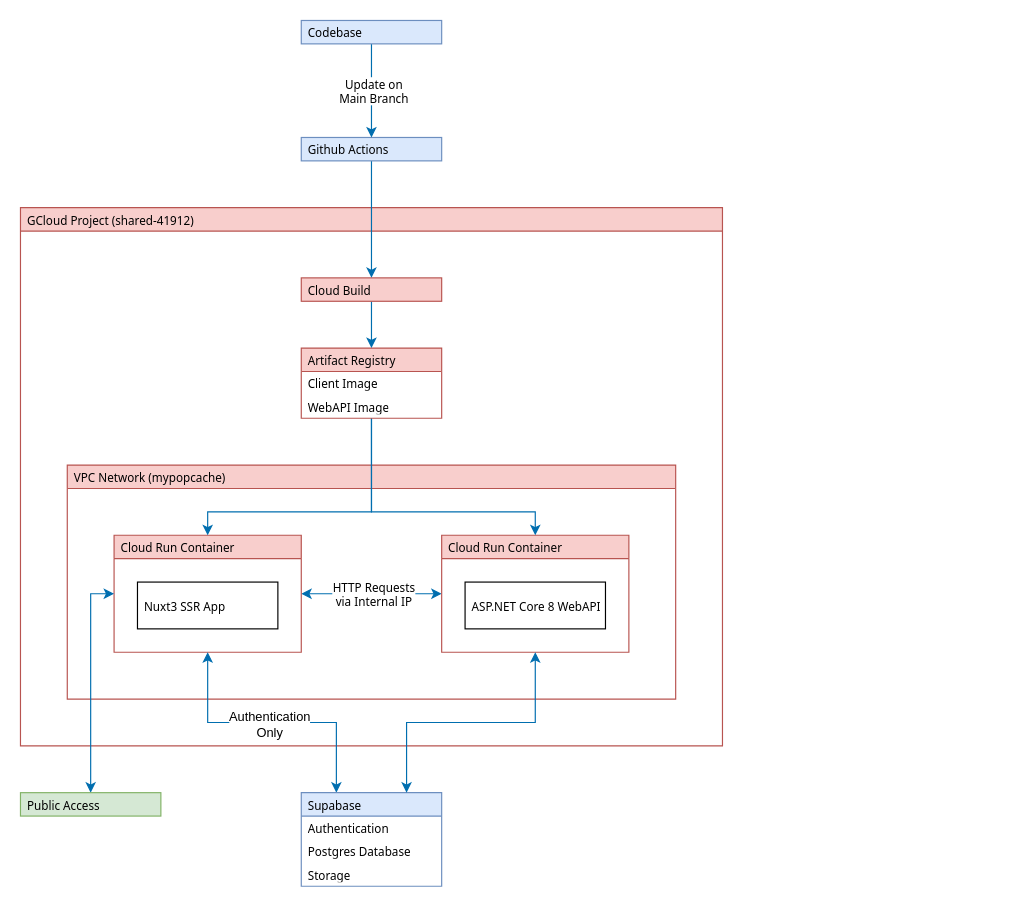
The draw.io diagram Infrastructure.drawio in hs-wolf/mypopcache, before the edit. Source tidied: cells renumbered, new cells numbered last; positions are measured from the earlier drawing's top-left corner, leaving out a move shared by most shapes. Both pictures are drawn from the tidied source at 117%, with x=0, y=0 at pixel (20, 20).
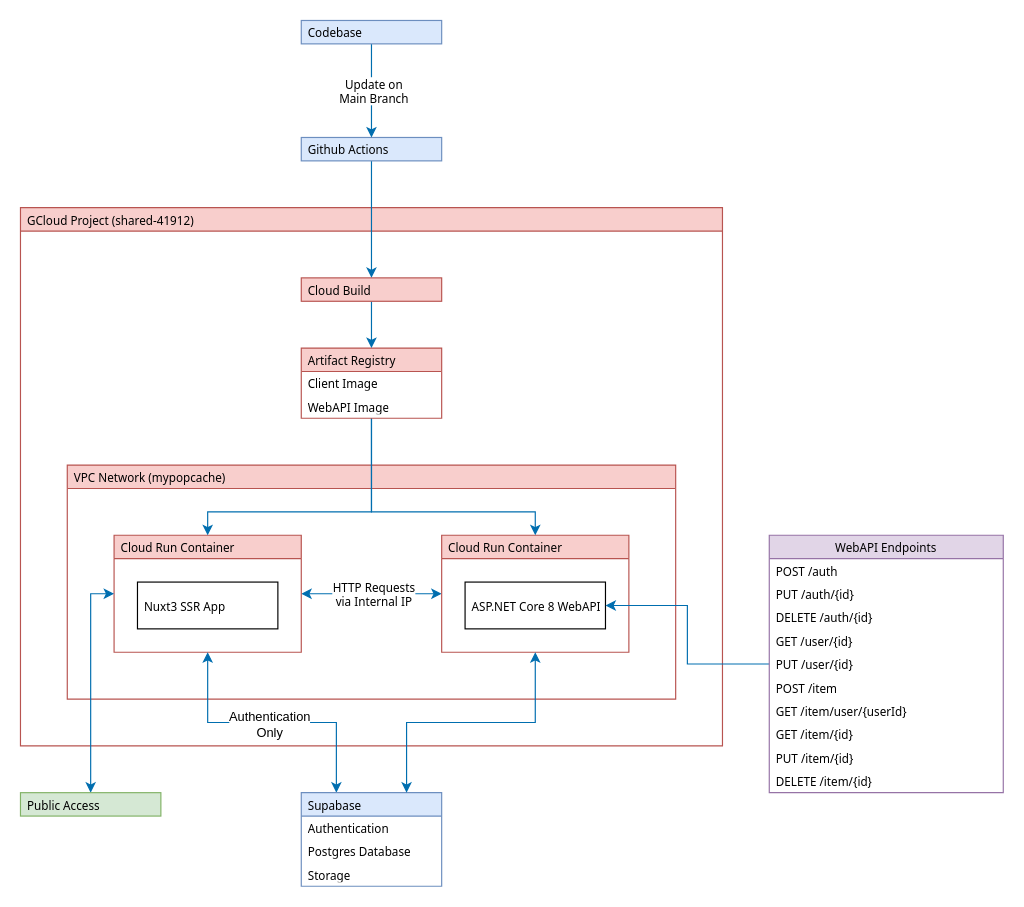
Above is the later version.

The change refers to these unchanged cells:
```xml
<mxCell id="8" value="ASP.NET Core 8 WebAPI" style="rounded=0;whiteSpace=wrap;html=1;fontSize=10;fontFamily=Tahoma;align=left;spacingLeft=4;" parent="7" vertex="1">
  <mxGeometry x="20" y="40" width="120" height="40" as="geometry" />
</mxCell>
```

The edit, as a diff of the source:
```diff
@@
+    <mxCell id="30" style="edgeStyle=orthogonalEdgeStyle;rounded=0;jettySize=auto;html=1;fillColor=#1ba1e2;strokeColor=#006EAF;" parent="1" edge="1" source="31" target="8">
+      <mxGeometry relative="1" as="geometry" />
+    </mxCell>
+    <mxCell id="31" value="WebAPI Endpoints" style="swimlane;fontStyle=0;horizontal=1;startSize=20;whiteSpace=wrap;html=1;fillColor=#e1d5e7;strokeColor=#9673a6;fontFamily=Tahoma;fontSize=10;" parent="1" vertex="1">
+      <mxGeometry x="640" y="440" width="200" height="220" as="geometry" />
+    </mxCell>
+    <mxCell id="32" value="POST /auth" style="text;strokeColor=none;fillColor=none;align=left;verticalAlign=middle;spacingLeft=4;spacingRight=4;overflow=hidden;whiteSpace=wrap;html=1;fontFamily=Tahoma;fontSize=10;" parent="31" vertex="1">
+      <mxGeometry y="20" width="200" height="20" as="geometry" />
+    </mxCell>
+    <mxCell id="33" value="PUT /auth/{id}" style="text;strokeColor=none;fillColor=none;align=left;verticalAlign=middle;spacingLeft=4;spacingRight=4;overflow=hidden;whiteSpace=wrap;html=1;fontFamily=Tahoma;fontSize=10;" parent="31" vertex="1">
+      <mxGeometry y="40" width="200" height="20" as="geometry" />
+    </mxCell>
+    <mxCell id="34" value="DELETE /auth/{id}" style="text;strokeColor=none;fillColor=none;align=left;verticalAlign=middle;spacingLeft=4;spacingRight=4;overflow=hidden;whiteSpace=wrap;html=1;fontFamily=Tahoma;fontSize=10;" parent="31" vertex="1">
+      <mxGeometry y="60" width="200" height="20" as="geometry" />
+    </mxCell>
+    <mxCell id="35" value="GET /user/{id}" style="text;strokeColor=none;fillColor=none;align=left;verticalAlign=middle;spacingLeft=4;spacingRight=4;overflow=hidden;whiteSpace=wrap;html=1;fontFamily=Tahoma;fontSize=10;" parent="31" vertex="1">
+      <mxGeometry y="80" width="200" height="20" as="geometry" />
+    </mxCell>
+    <mxCell id="36" value="PUT /user/{id}" style="text;strokeColor=none;fillColor=none;align=left;verticalAlign=middle;spacingLeft=4;spacingRight=4;overflow=hidden;whiteSpace=wrap;html=1;fontFamily=Tahoma;fontSize=10;" parent="31" vertex="1">
+      <mxGeometry y="100" width="200" height="20" as="geometry" />
+    </mxCell>
+    <mxCell id="37" value="POST /item" style="text;strokeColor=none;fillColor=none;align=left;verticalAlign=middle;spacingLeft=4;spacingRight=4;overflow=hidden;whiteSpace=wrap;html=1;fontFamily=Tahoma;fontSize=10;" parent="31" vertex="1">
+      <mxGeometry y="120" width="200" height="20" as="geometry" />
+    </mxCell>
+    <mxCell id="38" value="GET /item/user/{userId}" style="text;strokeColor=none;fillColor=none;align=left;verticalAlign=middle;spacingLeft=4;spacingRight=4;overflow=hidden;whiteSpace=wrap;html=1;fontFamily=Tahoma;fontSize=10;" parent="31" vertex="1">
+      <mxGeometry y="140" width="200" height="20" as="geometry" />
+    </mxCell>
+    <mxCell id="39" value="GET /item/{id}" style="text;strokeColor=none;fillColor=none;align=left;verticalAlign=middle;spacingLeft=4;spacingRight=4;overflow=hidden;whiteSpace=wrap;html=1;fontFamily=Tahoma;fontSize=10;" parent="31" vertex="1">
+      <mxGeometry y="160" width="200" height="20" as="geometry" />
+    </mxCell>
+    <mxCell id="40" value="PUT /item/{id}" style="text;strokeColor=none;fillColor=none;align=left;verticalAlign=middle;spacingLeft=4;spacingRight=4;overflow=hidden;whiteSpace=wrap;html=1;fontFamily=Tahoma;fontSize=10;" parent="31" vertex="1">
+      <mxGeometry y="180" width="200" height="20" as="geometry" />
+    </mxCell>
+    <mxCell id="41" value="DELETE /item/{id}" style="text;strokeColor=none;fillColor=none;align=left;verticalAlign=middle;spacingLeft=4;spacingRight=4;overflow=hidden;whiteSpace=wrap;html=1;fontFamily=Tahoma;fontSize=10;" parent="31" vertex="1">
+      <mxGeometry y="200" width="200" height="20" as="geometry" />
+    </mxCell>
```
